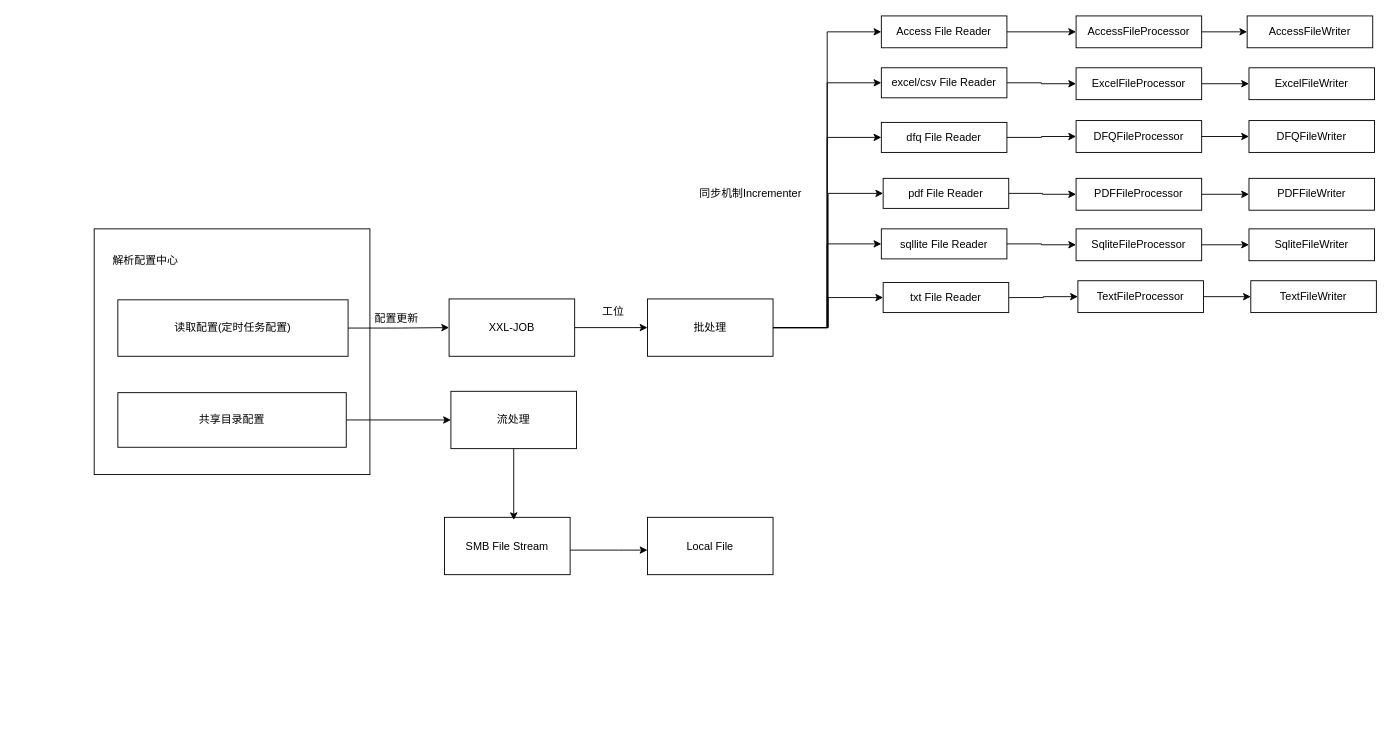
Before: 文件解析.drawio in liangleiA/MyRepository, a draw.io diagram. Source tidied: cells renumbered, new cells numbered last; positions are measured from the earlier drawing's top-left corner, leaving out a move shared by most shapes. Both pictures are drawn from the tidied source at 91%, with x=0, y=0 at pixel (94, 15).
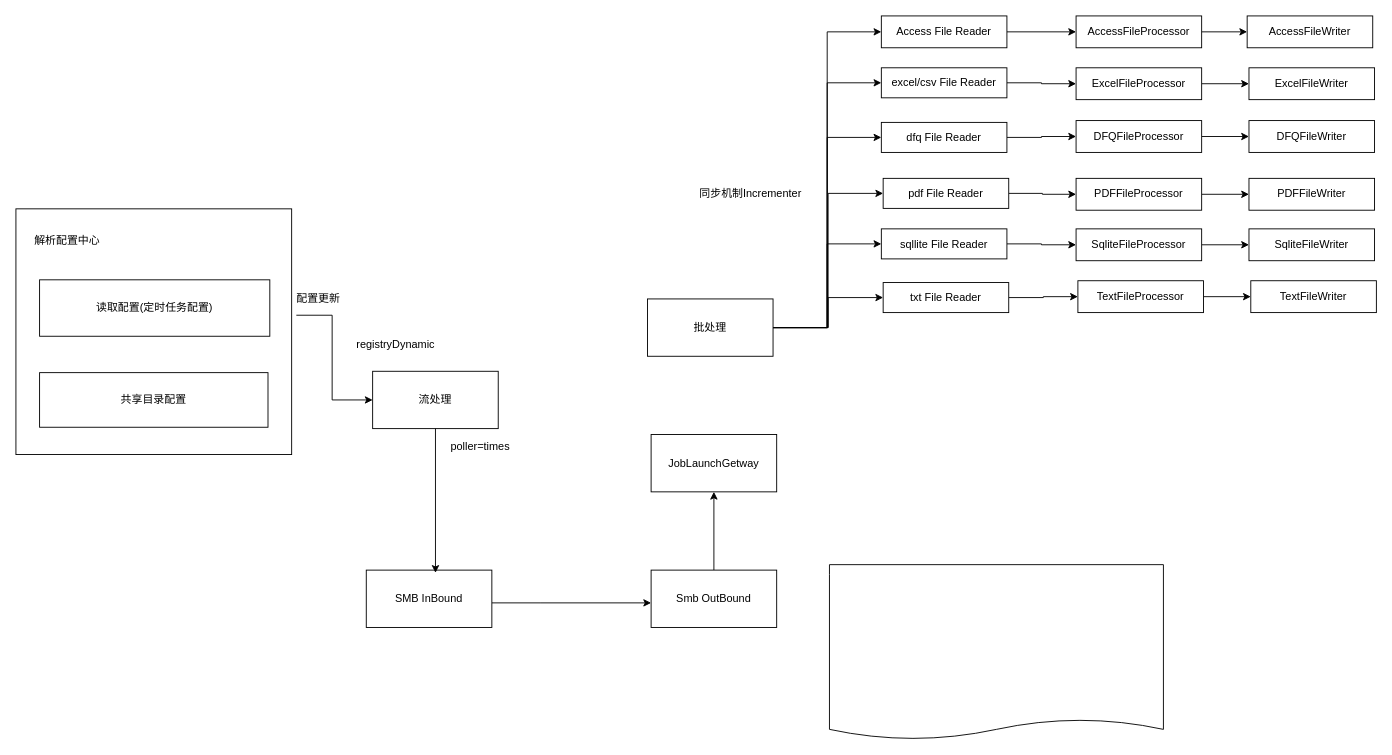
After the change.

Commit message (it also covers changes not shown here):
更新文件解析.drawio

The change refers to these unchanged cells:
```xml
<mxCell id="21" value="批处理" style="rounded=0;whiteSpace=wrap;html=1;" parent="1" vertex="1">
  <mxGeometry x="608" y="311" width="138" height="63" as="geometry" />
</mxCell>
```

Diff of the diagram source:
```diff
@@
     <mxCell id="2" style="edgeStyle=orthogonalEdgeStyle;rounded=0;jettySize=auto;html=1;" parent="1" edge="1" source="3" target="14">
       <mxGeometry relative="1" as="geometry">
         <Array as="points">
-          <mxPoint x="576" y="587" />
-          <mxPoint x="576" y="587" />
+          <mxPoint x="490" y="645" />
+          <mxPoint x="490" y="645" />
         </Array>
       </mxGeometry>
     </mxCell>
-    <mxCell id="3" value="SMB File Stream" style="rounded=0;whiteSpace=wrap;html=1;" parent="1" vertex="1">
-      <mxGeometry x="385" y="551" width="138" height="63" as="geometry" />
+    <mxCell id="3" value="SMB InBound" style="rounded=0;whiteSpace=wrap;html=1;" parent="1" vertex="1">
+      <mxGeometry x="299" y="609" width="138" height="63" as="geometry" />
     </mxCell>
     <mxCell id="4" style="rounded=0;whiteSpace=wrap;html=1;" parent="1" vertex="1">
-      <mxGeometry y="234" width="303" height="270" as="geometry" />
+      <mxGeometry x="-86" y="212" width="303" height="270" as="geometry" />
     </mxCell>
     <mxCell id="5" value="解析配置中心" style="text;html=1;align=center;verticalAlign=middle;strokeColor=none;fillColor=none;" parent="1" vertex="1">
-      <mxGeometry x="11" y="256" width="90" height="26" as="geometry" />
+      <mxGeometry x="-75" y="234" width="90" height="26" as="geometry" />
     </mxCell>
-    <mxCell id="6" style="edgeStyle=orthogonalEdgeStyle;rounded=0;jettySize=auto;html=1;" parent="1" edge="1" source="7" target="11">
+    <mxCell id="6" style="edgeStyle=orthogonalEdgeStyle;rounded=0;jettySize=auto;html=1;exitX=1.017;exitY=0.433;exitDx=0;exitDy=0;exitPerimeter=0;" parent="1" edge="1" source="4" target="12">
       <mxGeometry relative="1" as="geometry" />
     </mxCell>
     <mxCell id="7" value="读取配置(定时任务配置)" style="rounded=0;whiteSpace=wrap;html=1;" parent="1" vertex="1">
-      <mxGeometry x="26" y="312" width="253" height="62" as="geometry" />
+      <mxGeometry x="-60" y="290" width="253" height="62" as="geometry" />
     </mxCell>
-    <mxCell id="8" style="edgeStyle=orthogonalEdgeStyle;rounded=0;jettySize=auto;html=1;" parent="1" edge="1" source="9" target="12">
-      <mxGeometry relative="1" as="geometry" />
-    </mxCell>
     <mxCell id="9" value="共享目录配置" style="rounded=0;whiteSpace=wrap;html=1;" parent="1" vertex="1">
-      <mxGeometry x="26" y="414" width="251" height="60" as="geometry" />
+      <mxGeometry x="-60" y="392" width="251" height="60" as="geometry" />
     </mxCell>
-    <mxCell id="10" style="edgeStyle=orthogonalEdgeStyle;rounded=0;jettySize=auto;html=1;" parent="1" edge="1" source="11" target="21">
-      <mxGeometry relative="1" as="geometry" />
-    </mxCell>
-    <mxCell id="11" value="XXL-JOB" style="rounded=0;whiteSpace=wrap;html=1;" parent="1" vertex="1">
-      <mxGeometry x="390" y="311" width="138" height="63" as="geometry" />
-    </mxCell>
     <mxCell id="12" value="流处理" style="rounded=0;whiteSpace=wrap;html=1;" parent="1" vertex="1">
-      <mxGeometry x="392" y="412.5" width="138" height="63" as="geometry" />
+      <mxGeometry x="306" y="390.5" width="138" height="63" as="geometry" />
     </mxCell>
@@
+    <mxCell id="55" style="edgeStyle=orthogonalEdgeStyle;rounded=0;jettySize=auto;html=1;entryX=0.5;entryY=1;entryDx=0;entryDy=0;" parent="1" edge="1" source="14" target="58">
+      <mxGeometry relative="1" as="geometry" />
+    </mxCell>
-    <mxCell id="14" value="Local File" style="rounded=0;whiteSpace=wrap;html=1;" parent="1" vertex="1">
-      <mxGeometry x="608" y="551" width="138" height="63" as="geometry" />
+    <mxCell id="14" value="Smb OutBound" style="rounded=0;whiteSpace=wrap;html=1;" parent="1" vertex="1">
+      <mxGeometry x="612" y="609" width="138" height="63" as="geometry" />
     </mxCell>
@@
     <mxCell id="24" value="配置更新" style="text;html=1;align=center;verticalAlign=middle;strokeColor=none;fillColor=none;" parent="1" vertex="1">
-      <mxGeometry x="299" y="320" width="66" height="26" as="geometry" />
+      <mxGeometry x="213" y="298" width="66" height="26" as="geometry" />
     </mxCell>
@@
-    <mxCell id="54" value="工位" style="text;html=1;align=center;verticalAlign=middle;strokeColor=none;fillColor=none;" parent="1" vertex="1">
-      <mxGeometry x="549" y="312" width="42" height="26" as="geometry" />
-    </mxCell>
+    <mxCell id="56" value="poller=times" style="text;html=1;align=center;verticalAlign=middle;strokeColor=none;fillColor=none;" parent="1" vertex="1">
+      <mxGeometry x="382" y="460" width="83" height="26" as="geometry" />
+    </mxCell>
+    <mxCell id="57" value="registryDynamic" style="text;html=1;align=center;verticalAlign=middle;strokeColor=none;fillColor=none;" parent="1" vertex="1">
+      <mxGeometry x="279" y="348" width="104" height="26" as="geometry" />
+    </mxCell>
+    <mxCell id="58" value="JobLaunchGetway" style="rounded=0;whiteSpace=wrap;html=1;" parent="1" vertex="1">
+      <mxGeometry x="612" y="460" width="138" height="63" as="geometry" />
+    </mxCell>
+    <mxCell id="59" style="shape=document;whiteSpace=wrap;html=1;boundedLbl=1;size=0.11458333333333333;" parent="1" vertex="1">
+      <mxGeometry x="808" y="603" width="367" height="192" as="geometry" />
+    </mxCell>
```
